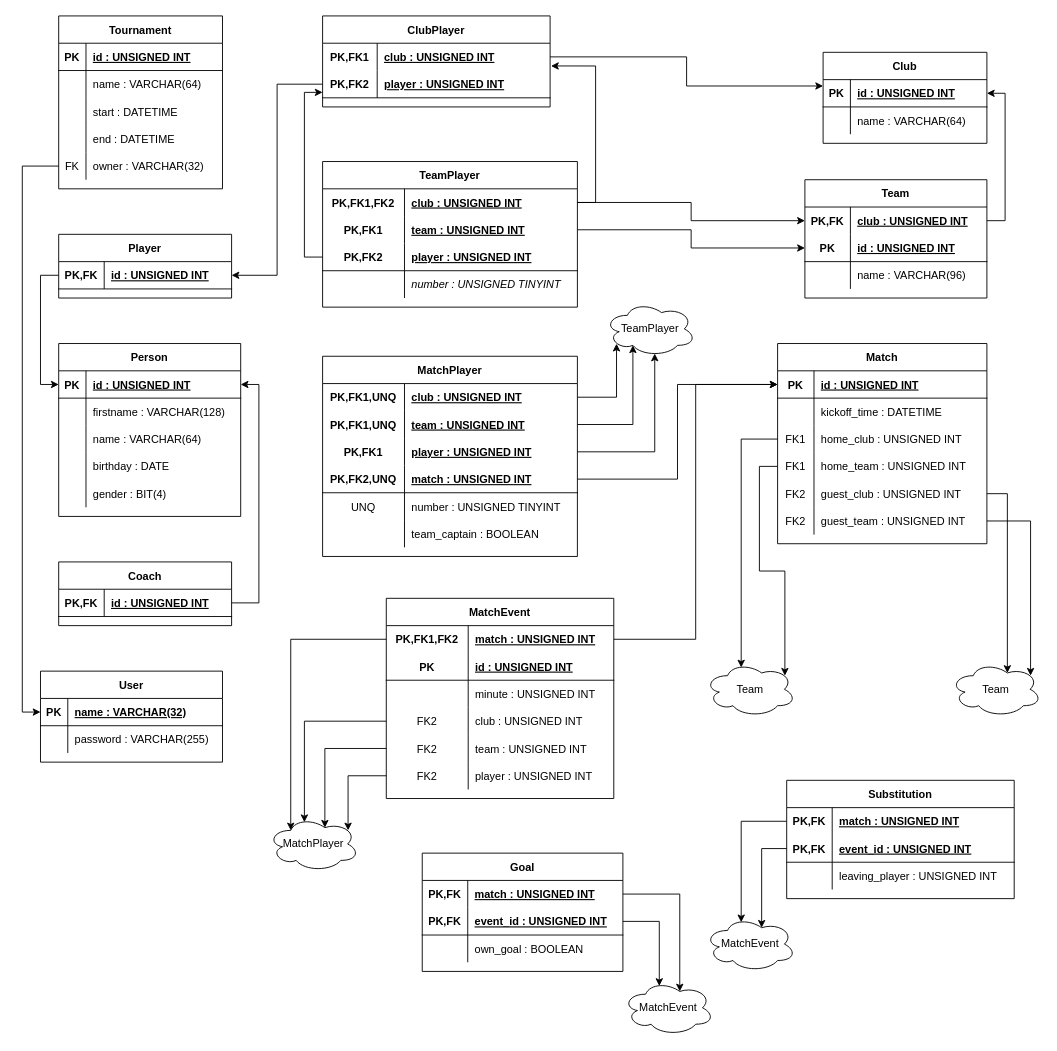
Earlier version of the draw.io diagram TournamentSystem.drawio (TournamentSystem/TournamentSystem). Source tidied: cells renumbered, new cells numbered last; positions are measured from the earlier drawing's top-left corner, leaving out a move shared by most shapes. Both pictures are drawn from the tidied source at 91%, with x=0, y=0 at pixel (40, 15).
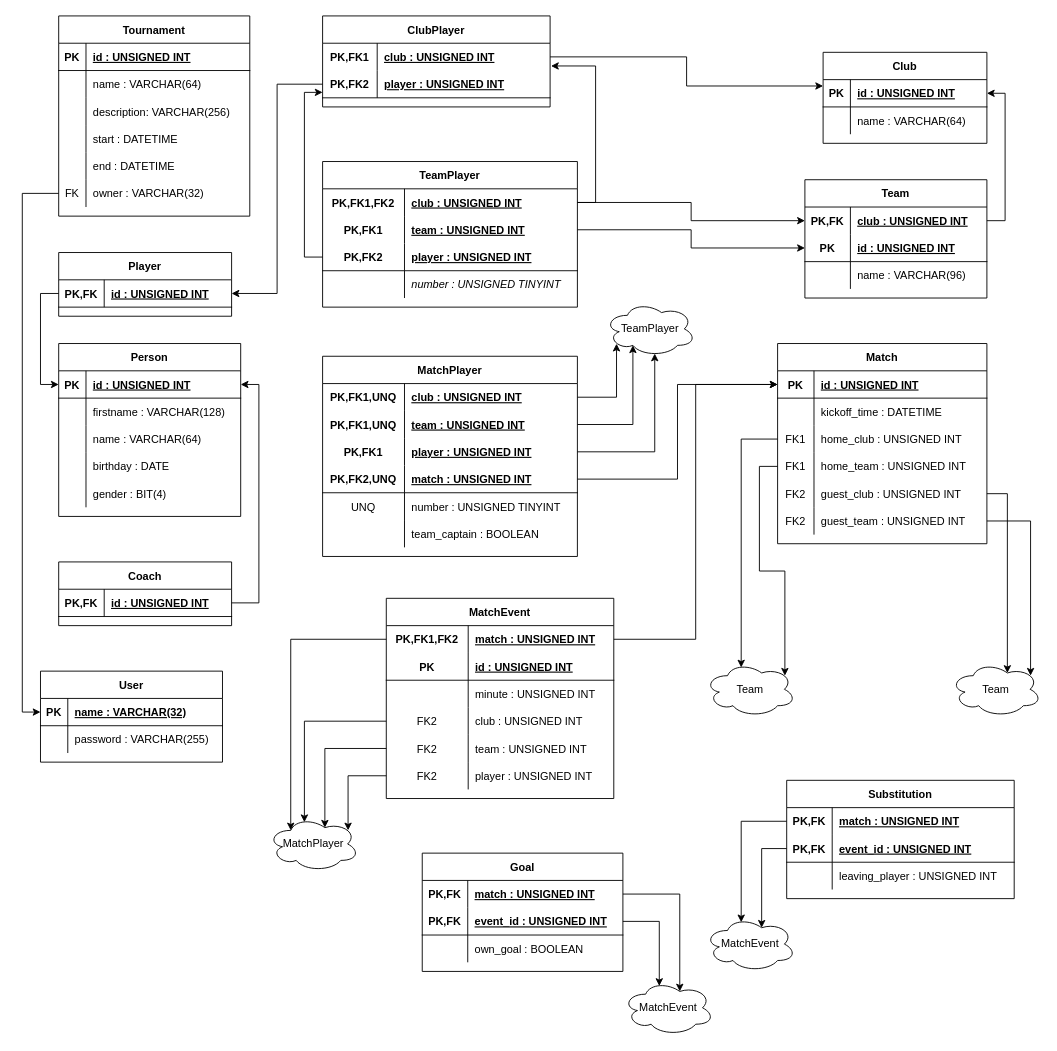
Above is the later version.

Diff of the diagram source:
```diff
@@
     <mxCell id="2" value="Tournament" style="shape=table;startSize=30;childLayout=tableLayout;rowLines=0;fontStyle=1;align=center;" parent="1" vertex="1">
-      <mxGeometry x="20" width="180" height="190" as="geometry" />
+      <mxGeometry x="20" width="210" height="220" as="geometry" />
     </mxCell>
     <mxCell id="3" style="shape=partialRectangle;fillColor=none;top=0;left=0;bottom=1;right=0;" parent="2" vertex="1">
-      <mxGeometry y="30" width="180" height="30" as="geometry" />
+      <mxGeometry y="30" width="210" height="30" as="geometry" />
     </mxCell>
@@
     <mxCell id="5" value="id : UNSIGNED INT" style="shape=partialRectangle;fillColor=none;top=0;left=0;bottom=0;right=0;align=left;spacingLeft=6;fontStyle=5;overflow=hidden;" parent="3" vertex="1">
-      <mxGeometry x="30" width="150" height="30" as="geometry" />
+      <mxGeometry x="30" width="180" height="30" as="geometry" />
     </mxCell>
     <mxCell id="6" style="shape=partialRectangle;fillColor=none;top=0;left=0;bottom=0;right=0;" parent="2" vertex="1">
-      <mxGeometry y="60" width="180" height="30" as="geometry" />
+      <mxGeometry y="60" width="210" height="30" as="geometry" />
     </mxCell>
@@
     <mxCell id="8" value="name : VARCHAR(64)" style="shape=partialRectangle;fillColor=none;top=0;left=0;bottom=0;right=0;align=left;spacingLeft=6;overflow=hidden;" parent="6" vertex="1">
-      <mxGeometry x="30" width="150" height="30" as="geometry" />
+      <mxGeometry x="30" width="180" height="30" as="geometry" />
     </mxCell>
+    <mxCell id="196" style="shape=partialRectangle;fillColor=none;top=0;left=0;bottom=0;right=0;" parent="2" vertex="1">
+      <mxGeometry y="90" width="210" height="30" as="geometry" />
+    </mxCell>
+    <mxCell id="197" style="shape=partialRectangle;fillColor=none;top=0;left=0;bottom=0;right=0;overflow=hidden;" parent="196" vertex="1">
+      <mxGeometry width="30" height="30" as="geometry" />
+    </mxCell>
+    <mxCell id="198" value="description: VARCHAR(256)" style="shape=partialRectangle;fillColor=none;top=0;left=0;bottom=0;right=0;align=left;spacingLeft=6;overflow=hidden;" parent="196" vertex="1">
+      <mxGeometry x="30" width="180" height="30" as="geometry" />
+    </mxCell>
     <mxCell id="9" style="shape=partialRectangle;fillColor=none;top=0;left=0;bottom=0;right=0;" parent="2" vertex="1">
-      <mxGeometry y="90" width="180" height="30" as="geometry" />
+      <mxGeometry y="120" width="210" height="30" as="geometry" />
     </mxCell>
@@
     <mxCell id="11" value="start : DATETIME" style="shape=partialRectangle;fillColor=none;top=0;left=0;bottom=0;right=0;align=left;spacingLeft=6;overflow=hidden;" parent="9" vertex="1">
-      <mxGeometry x="30" width="150" height="30" as="geometry" />
+      <mxGeometry x="30" width="180" height="30" as="geometry" />
     </mxCell>
     <mxCell id="12" style="shape=partialRectangle;fillColor=none;top=0;left=0;bottom=0;right=0;" parent="2" vertex="1">
-      <mxGeometry y="120" width="180" height="30" as="geometry" />
+      <mxGeometry y="150" width="210" height="30" as="geometry" />
     </mxCell>
@@
     <mxCell id="14" value="end : DATETIME" style="shape=partialRectangle;fillColor=none;top=0;left=0;bottom=0;right=0;align=left;spacingLeft=6;overflow=hidden;" parent="12" vertex="1">
-      <mxGeometry x="30" width="150" height="30" as="geometry" />
+      <mxGeometry x="30" width="180" height="30" as="geometry" />
     </mxCell>
     <mxCell id="15" style="shape=partialRectangle;fillColor=none;top=0;left=0;bottom=0;right=0;points=[[0,0.5],[1,0.5]];portConstraint=eastwest;" parent="2" vertex="1">
-      <mxGeometry y="150" width="180" height="30" as="geometry" />
+      <mxGeometry y="180" width="210" height="30" as="geometry" />
     </mxCell>
@@
     <mxCell id="17" value="owner : VARCHAR(32)" style="shape=partialRectangle;fillColor=none;top=0;left=0;bottom=0;right=0;align=left;spacingLeft=6;fontStyle=0;overflow=hidden;" parent="15" vertex="1">
-      <mxGeometry x="30" width="150" height="30" as="geometry" />
+      <mxGeometry x="30" width="180" height="30" as="geometry" />
     </mxCell>
@@
     <mxCell id="34" value="Player" style="shape=table;startSize=30;childLayout=tableLayout;rowLines=0;fontStyle=1;align=center;" parent="1" vertex="1">
-      <mxGeometry x="20" y="240" width="190" height="70" as="geometry" />
+      <mxGeometry x="20" y="260" width="190" height="70" as="geometry" />
     </mxCell>
```
